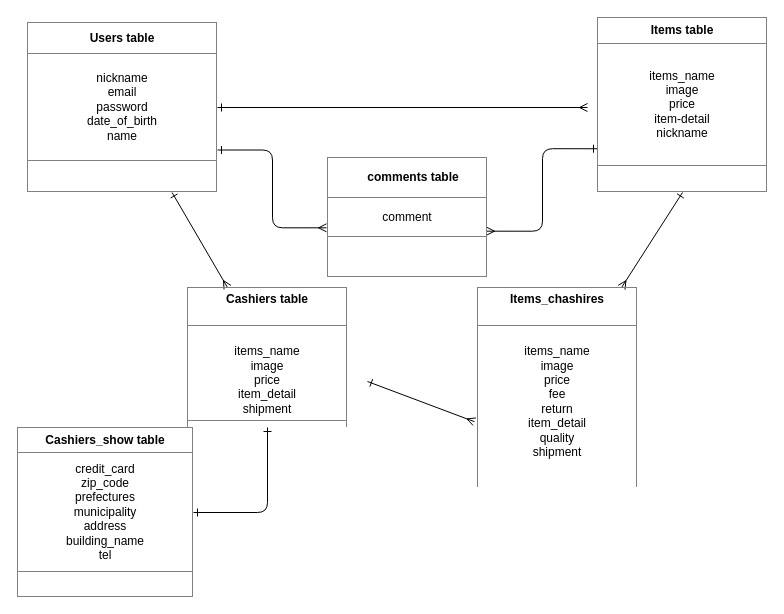
Above: furima.dio in haruna666/furima-31738 (draw.io), before the change. Source tidied: cells renumbered, new cells numbered last; positions are measured from the earlier drawing's top-left corner, leaving out a move shared by most shapes. Both pictures are drawn from the tidied source at 100%, with x=0, y=0 at pixel (17, 17).
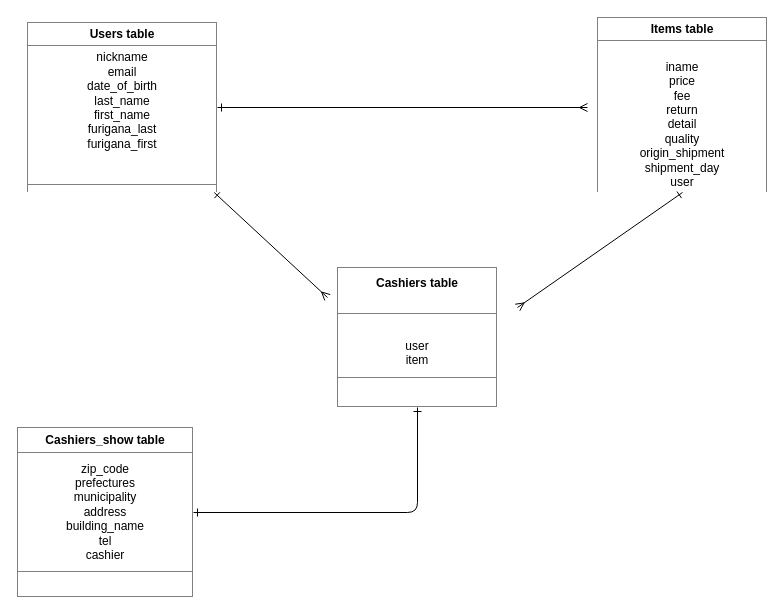
The same page after the edit.

Change to the diagram source:
```diff
@@
 <mxGraphModel>
   <root>
     <mxCell id="0" />
     <mxCell id="1" parent="0" />
     <mxCell id="2" style="edgeStyle=none;rounded=1;jettySize=auto;html=1;endArrow=ERmany;endFill=0;startArrow=ERone;startFill=0;" parent="1" edge="1" source="5">
       <mxGeometry relative="1" as="geometry">
         <mxPoint x="570" y="90" as="targetPoint" />
       </mxGeometry>
     </mxCell>
     <mxCell id="3" style="edgeStyle=none;rounded=1;jettySize=auto;html=1;startArrow=ERone;startFill=0;endArrow=ERmany;endFill=0;" parent="1" edge="1" source="5">
       <mxGeometry relative="1" as="geometry">
-        <mxPoint x="210" y="270" as="targetPoint" />
+        <mxPoint x="310" y="280" as="targetPoint" />
       </mxGeometry>
     </mxCell>
-    <mxCell id="4" style="edgeStyle=orthogonalEdgeStyle;rounded=1;jettySize=auto;html=1;exitX=1;exitY=0.75;exitDx=0;exitDy=0;entryX=-0.006;entryY=0.586;entryDx=0;entryDy=0;entryPerimeter=0;startArrow=ERone;startFill=0;endArrow=ERmany;endFill=0;" parent="1" edge="1" source="5" target="14">
-      <mxGeometry relative="1" as="geometry" />
-    </mxCell>
-    <mxCell id="5" value="&lt;table border=&quot;1&quot; width=&quot;100%&quot; cellpadding=&quot;4&quot; style=&quot;width: 100% ; height: 100% ; border-collapse: collapse&quot;&gt;&lt;tbody&gt;&lt;tr&gt;&lt;th align=&quot;center&quot;&gt;Users table&lt;/th&gt;&lt;/tr&gt;&lt;tr&gt;&lt;td align=&quot;center&quot;&gt;nickname&lt;br&gt;email&lt;br&gt;password&lt;br&gt;date_of_birth&lt;br&gt;name&lt;/td&gt;&lt;/tr&gt;&lt;tr&gt;&lt;td&gt;&lt;div style=&quot;text-align: center&quot;&gt;&lt;br&gt;&lt;/div&gt;&lt;/td&gt;&lt;/tr&gt;&lt;/tbody&gt;&lt;/table&gt;" style="text;html=1;strokeColor=none;fillColor=none;overflow=fill;" parent="1" vertex="1">
+    <mxCell id="5" value="&lt;table border=&quot;1&quot; width=&quot;100%&quot; cellpadding=&quot;4&quot; style=&quot;width: 100% ; height: 100% ; border-collapse: collapse&quot;&gt;&lt;tbody&gt;&lt;tr&gt;&lt;th align=&quot;center&quot;&gt;Users table&lt;/th&gt;&lt;/tr&gt;&lt;tr&gt;&lt;td align=&quot;center&quot;&gt;nickname&lt;br&gt;email&lt;br&gt;date_of_birth&lt;br&gt;last_name&lt;br&gt;first_name&lt;br&gt;furigana_last&lt;br&gt;furigana_first&lt;br&gt;&lt;br&gt;&lt;br&gt;&lt;/td&gt;&lt;/tr&gt;&lt;tr&gt;&lt;td&gt;&lt;div style=&quot;text-align: center&quot;&gt;&lt;br&gt;&lt;/div&gt;&lt;/td&gt;&lt;/tr&gt;&lt;/tbody&gt;&lt;/table&gt;" style="text;html=1;strokeColor=none;fillColor=none;overflow=fill;" parent="1" vertex="1">
       <mxGeometry x="10" y="5" width="190" height="170" as="geometry" />
     </mxCell>
-    <mxCell id="6" style="edgeStyle=none;rounded=1;jettySize=auto;html=1;exitX=0.5;exitY=1;exitDx=0;exitDy=0;startArrow=ERone;startFill=0;endArrow=ERmany;endFill=0;" parent="1" edge="1" source="8" target="12">
-      <mxGeometry relative="1" as="geometry" />
+    <mxCell id="6" style="edgeStyle=none;rounded=1;jettySize=auto;html=1;exitX=0.5;exitY=1;exitDx=0;exitDy=0;startArrow=ERone;startFill=0;endArrow=ERmany;endFill=0;" parent="1" edge="1" source="8">
+      <mxGeometry relative="1" as="geometry">
+        <mxPoint x="500" y="290" as="targetPoint" />
+      </mxGeometry>
     </mxCell>
-    <mxCell id="7" style="edgeStyle=orthogonalEdgeStyle;rounded=1;jettySize=auto;html=1;exitX=0;exitY=0.75;exitDx=0;exitDy=0;entryX=0.994;entryY=0.614;entryDx=0;entryDy=0;entryPerimeter=0;startArrow=ERone;startFill=0;endArrow=ERmany;endFill=0;" parent="1" edge="1" source="8" target="14">
-      <mxGeometry relative="1" as="geometry" />
-    </mxCell>
-    <mxCell id="8" value="&lt;table border=&quot;1&quot; width=&quot;100%&quot; cellpadding=&quot;4&quot; style=&quot;width: 100% ; height: 100% ; border-collapse: collapse&quot;&gt;&lt;tbody&gt;&lt;tr&gt;&lt;th align=&quot;center&quot;&gt;Items table&lt;/th&gt;&lt;/tr&gt;&lt;tr&gt;&lt;td align=&quot;center&quot;&gt;&lt;br&gt;items_name&lt;br&gt;image&lt;br&gt;price&lt;br&gt;item-detail&lt;br&gt;nickname&lt;br&gt;&lt;br&gt;&lt;/td&gt;&lt;/tr&gt;&lt;tr&gt;&lt;td align=&quot;center&quot;&gt;&lt;br&gt;&lt;/td&gt;&lt;/tr&gt;&lt;/tbody&gt;&lt;/table&gt;" style="text;html=1;strokeColor=none;fillColor=none;overflow=fill;" parent="1" vertex="1">
+    <mxCell id="8" value="&lt;table border=&quot;1&quot; width=&quot;100%&quot; cellpadding=&quot;4&quot; style=&quot;width: 100% ; height: 100% ; border-collapse: collapse&quot;&gt;&lt;tbody&gt;&lt;tr&gt;&lt;th align=&quot;center&quot;&gt;Items table&lt;/th&gt;&lt;/tr&gt;&lt;tr&gt;&lt;td align=&quot;center&quot;&gt;&lt;br&gt;iname&lt;br&gt;price&lt;br&gt;fee&lt;br&gt;return&lt;br&gt;detail&lt;br&gt;quality&lt;br&gt;origin_shipment&lt;br&gt;shipment_day&lt;br&gt;user&lt;br&gt;&lt;br&gt;&lt;/td&gt;&lt;/tr&gt;&lt;tr&gt;&lt;td align=&quot;center&quot;&gt;&lt;br&gt;&lt;/td&gt;&lt;/tr&gt;&lt;/tbody&gt;&lt;/table&gt;" style="text;html=1;strokeColor=none;fillColor=none;overflow=fill;" parent="1" vertex="1">
       <mxGeometry x="580" width="170" height="175" as="geometry" />
     </mxCell>
-    <mxCell id="9" style="edgeStyle=none;rounded=1;jettySize=auto;html=1;entryX=-0.019;entryY=0.671;entryDx=0;entryDy=0;entryPerimeter=0;startArrow=ERone;startFill=0;endArrow=ERmany;endFill=0;" parent="1" edge="1" target="12">
-      <mxGeometry relative="1" as="geometry">
-        <mxPoint x="350" y="364" as="sourcePoint" />
-      </mxGeometry>
-    </mxCell>
     <mxCell id="10" style="edgeStyle=orthogonalEdgeStyle;rounded=1;jettySize=auto;html=1;exitX=1;exitY=0.5;exitDx=0;exitDy=0;entryX=0.5;entryY=1;entryDx=0;entryDy=0;startArrow=ERone;startFill=0;endArrow=ERone;endFill=0;" parent="1" edge="1" source="11" target="13">
       <mxGeometry relative="1" as="geometry" />
     </mxCell>
-    <mxCell id="11" value="&lt;table border=&quot;1&quot; width=&quot;100%&quot; cellpadding=&quot;4&quot; style=&quot;width: 100% ; height: 100% ; border-collapse: collapse&quot;&gt;&lt;tbody&gt;&lt;tr&gt;&lt;th align=&quot;center&quot;&gt;Cashiers_show table&lt;/th&gt;&lt;/tr&gt;&lt;tr&gt;&lt;td align=&quot;center&quot;&gt;credit_card&lt;br&gt;zip_code&lt;br&gt;prefectures&lt;br&gt;municipality&lt;br&gt;address&lt;br&gt;building_name&lt;br&gt;tel&lt;/td&gt;&lt;/tr&gt;&lt;tr&gt;&lt;td align=&quot;center&quot;&gt;&lt;br&gt;&lt;/td&gt;&lt;/tr&gt;&lt;/tbody&gt;&lt;/table&gt;" style="text;html=1;strokeColor=none;fillColor=none;overflow=fill;" parent="1" vertex="1">
+    <mxCell id="11" value="&lt;table border=&quot;1&quot; width=&quot;100%&quot; cellpadding=&quot;4&quot; style=&quot;width: 100% ; height: 100% ; border-collapse: collapse&quot;&gt;&lt;tbody&gt;&lt;tr&gt;&lt;th align=&quot;center&quot;&gt;Cashiers_show table&lt;/th&gt;&lt;/tr&gt;&lt;tr&gt;&lt;td align=&quot;center&quot;&gt;zip_code&lt;br&gt;prefectures&lt;br&gt;municipality&lt;br&gt;address&lt;br&gt;building_name&lt;br&gt;tel&lt;br&gt;cashier&lt;/td&gt;&lt;/tr&gt;&lt;tr&gt;&lt;td align=&quot;center&quot;&gt;&lt;br&gt;&lt;/td&gt;&lt;/tr&gt;&lt;/tbody&gt;&lt;/table&gt;" style="text;html=1;strokeColor=none;fillColor=none;overflow=fill;" parent="1" vertex="1">
       <mxGeometry y="410" width="176" height="170" as="geometry" />
     </mxCell>
-    <mxCell id="12" value="&lt;table border=&quot;1&quot; width=&quot;100%&quot; cellpadding=&quot;4&quot; style=&quot;width: 100% ; height: 100% ; border-collapse: collapse&quot;&gt;&lt;tbody&gt;&lt;tr&gt;&lt;th align=&quot;center&quot;&gt;Items_chashires&lt;br&gt;&lt;br&gt;&lt;/th&gt;&lt;/tr&gt;&lt;tr&gt;&lt;td align=&quot;center&quot;&gt;&lt;br&gt;items_name&lt;br&gt;image&lt;br&gt;price&lt;br&gt;fee&lt;br&gt;return&lt;br&gt;item_detail&lt;br&gt;quality&lt;br&gt;shipment&lt;br&gt;&lt;br&gt;&lt;br&gt;&lt;/td&gt;&lt;/tr&gt;&lt;tr&gt;&lt;td align=&quot;center&quot;&gt;&lt;br&gt;&lt;/td&gt;&lt;/tr&gt;&lt;/tbody&gt;&lt;/table&gt;" style="text;html=1;strokeColor=none;fillColor=none;overflow=fill;" parent="1" vertex="1">
-      <mxGeometry x="460" y="270" width="160" height="200" as="geometry" />
-    </mxCell>
-    <mxCell id="13" value="&lt;table border=&quot;1&quot; width=&quot;100%&quot; cellpadding=&quot;4&quot; style=&quot;width: 100% ; height: 100% ; border-collapse: collapse&quot;&gt;&lt;tbody&gt;&lt;tr&gt;&lt;th align=&quot;center&quot;&gt;Cashiers table&lt;br&gt;&lt;br&gt;&lt;/th&gt;&lt;/tr&gt;&lt;tr&gt;&lt;td align=&quot;center&quot;&gt;&lt;br&gt;items_name&lt;br&gt;image&lt;br&gt;price&lt;br&gt;item_detail&lt;br&gt;shipment&lt;/td&gt;&lt;/tr&gt;&lt;tr&gt;&lt;td align=&quot;center&quot;&gt;&lt;br&gt;&lt;/td&gt;&lt;/tr&gt;&lt;/tbody&gt;&lt;/table&gt;" style="text;html=1;strokeColor=none;fillColor=none;overflow=fill;" parent="1" vertex="1">
-      <mxGeometry x="170" y="270" width="160" height="140" as="geometry" />
+    <mxCell id="13" value="&lt;table border=&quot;1&quot; width=&quot;100%&quot; cellpadding=&quot;4&quot; style=&quot;width: 100% ; height: 100% ; border-collapse: collapse&quot;&gt;&lt;tbody&gt;&lt;tr&gt;&lt;th align=&quot;center&quot;&gt;Cashiers table&lt;br&gt;&lt;br&gt;&lt;/th&gt;&lt;/tr&gt;&lt;tr&gt;&lt;td align=&quot;center&quot;&gt;&lt;br&gt;user&lt;br&gt;item&lt;/td&gt;&lt;/tr&gt;&lt;tr&gt;&lt;td align=&quot;center&quot;&gt;&lt;br&gt;&lt;/td&gt;&lt;/tr&gt;&lt;/tbody&gt;&lt;/table&gt;" style="text;html=1;strokeColor=none;fillColor=none;overflow=fill;" parent="1" vertex="1">
+      <mxGeometry x="320" y="250" width="160" height="140" as="geometry" />
     </mxCell>
-    <mxCell id="14" value="&lt;table border=&quot;1&quot; width=&quot;100%&quot; cellpadding=&quot;4&quot; style=&quot;width: 100% ; height: 100% ; border-collapse: collapse&quot;&gt;&lt;tbody&gt;&lt;tr&gt;&lt;th align=&quot;center&quot;&gt;　comments table&lt;/th&gt;&lt;/tr&gt;&lt;tr&gt;&lt;td align=&quot;center&quot;&gt;comment&lt;/td&gt;&lt;/tr&gt;&lt;tr&gt;&lt;td align=&quot;center&quot;&gt;&lt;br&gt;&lt;/td&gt;&lt;/tr&gt;&lt;/tbody&gt;&lt;/table&gt;" style="text;html=1;strokeColor=none;fillColor=none;overflow=fill;" parent="1" vertex="1">
-      <mxGeometry x="310" y="140" width="160" height="120" as="geometry" />
-    </mxCell>
   </root>
 </mxGraphModel>
```
